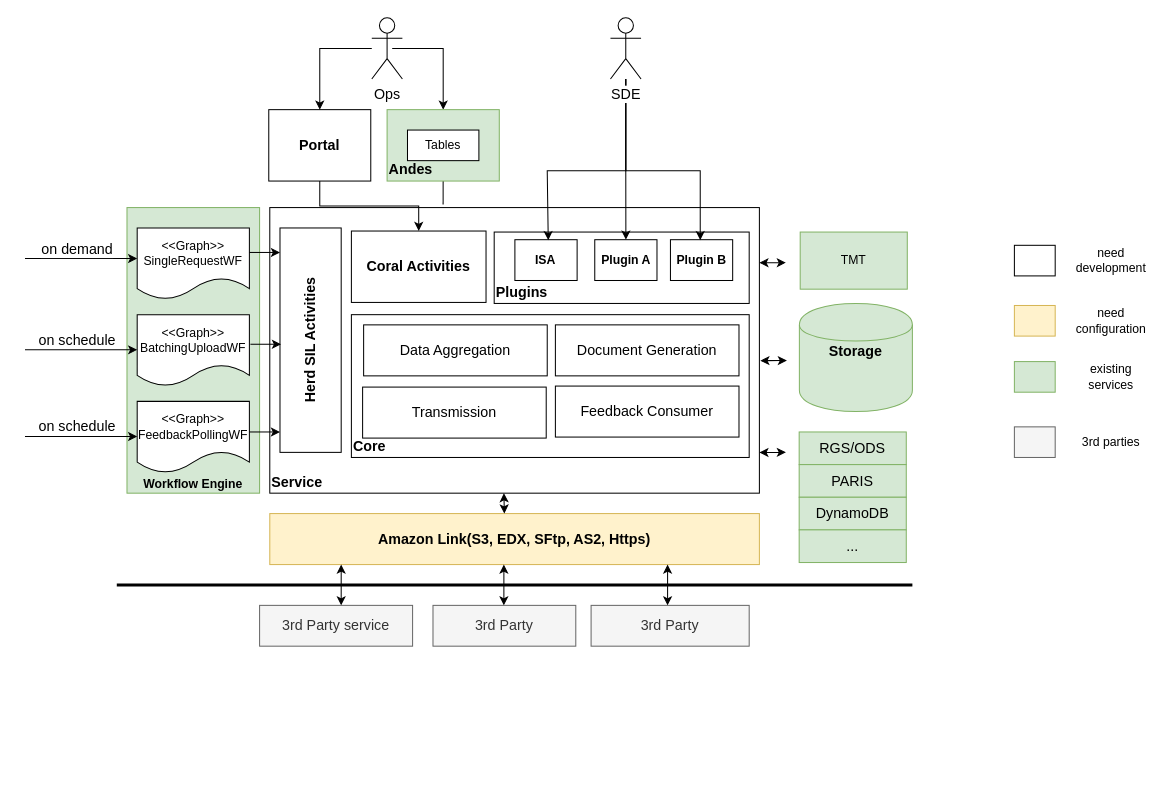
This is page "Page-6" (6 of 7) of Untitled Diagram.drawio from dongposhi/Mimicat, a draw.io file, before an edit. Source tidied: cells renumbered, new cells numbered last; positions are measured from the earlier drawing's top-left corner, leaving out a move shared by most shapes. Both pictures are drawn from the tidied source at 102%, with x=0, y=0 at pixel (24, 17).
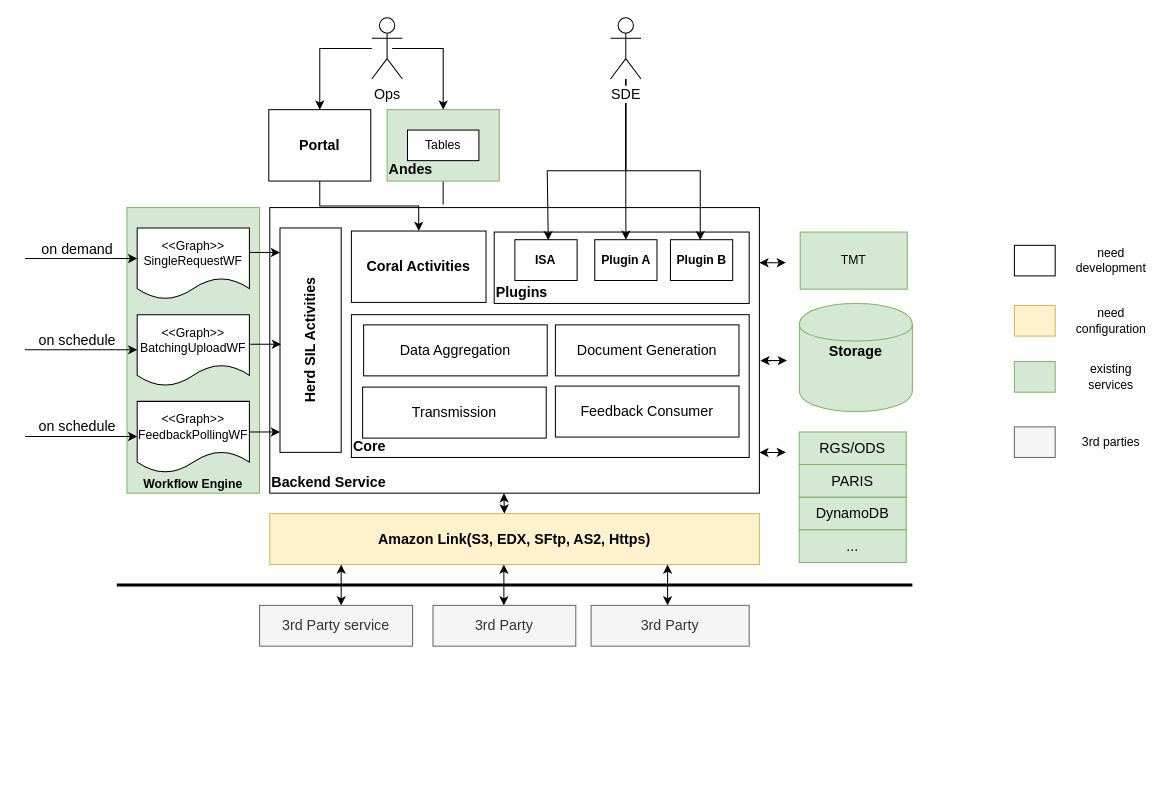
After the change.

What changed in the source:
```diff
@@
-    <mxCell id="2" value="Service" style="rounded=0;whiteSpace=wrap;html=1;fontSize=14;align=left;verticalAlign=bottom;fontStyle=1;" parent="1" vertex="1">
+    <mxCell id="2" value="Backend Service" style="rounded=0;whiteSpace=wrap;html=1;fontSize=14;align=left;verticalAlign=bottom;fontStyle=1;" parent="1" vertex="1">
       <mxGeometry x="240" y="186" width="480" height="280" as="geometry" />
     </mxCell>
```
